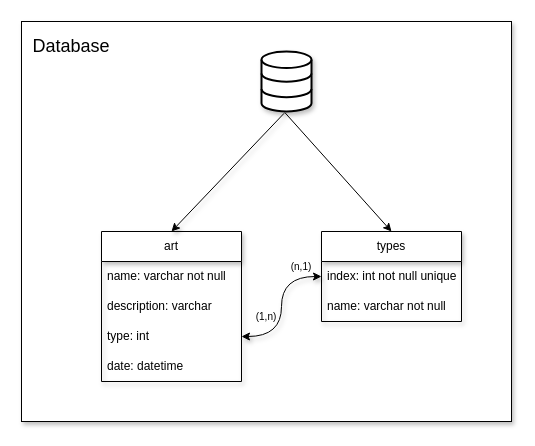
Earlier version of the draw.io diagram docs/music_manager_database.drawio (Zac-Milioli/music-manager-api). Source tidied: cells renumbered, new cells numbered last; positions are measured from the earlier drawing's top-left corner, leaving out a move shared by most shapes. Both pictures are drawn from the tidied source at 100%, with x=0, y=0 at pixel (21, 21).
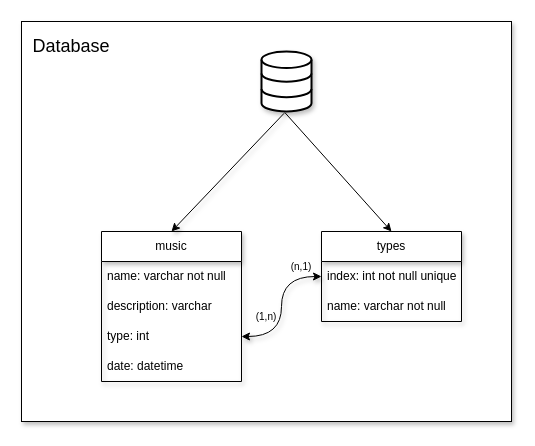
After the change.

What changed in the source:
```diff
@@
 <mxGraphModel>
   <root>
     <mxCell id="0" />
     <mxCell id="1" parent="0" />
     <mxCell id="2" style="rounded=0;whiteSpace=wrap;html=1;shadow=1;" parent="1" vertex="1">
       <mxGeometry width="490" height="400" as="geometry" />
     </mxCell>
     <mxCell id="3" value="&lt;font style=&quot;font-size: 18px;&quot;&gt;Database&lt;/font&gt;" style="text;html=1;align=center;verticalAlign=middle;whiteSpace=wrap;rounded=0;" parent="1" vertex="1">
       <mxGeometry x="20" y="10" width="60" height="30" as="geometry" />
     </mxCell>
     <mxCell id="4" style="html=1;verticalLabelPosition=bottom;align=center;labelBackgroundColor=#ffffff;verticalAlign=top;strokeWidth=2;strokeColor=#000000;shadow=1;dashed=0;shape=mxgraph.ios7.icons.data;" parent="1" vertex="1">
       <mxGeometry x="240" y="30" width="50" height="60" as="geometry" />
     </mxCell>
-    <mxCell id="5" value="art" style="swimlane;fontStyle=0;horizontal=1;startSize=30;whiteSpace=wrap;html=1;glass=0;rounded=0;shadow=1;" parent="1" vertex="1">
+    <mxCell id="5" value="music" style="swimlane;fontStyle=0;horizontal=1;startSize=30;whiteSpace=wrap;html=1;glass=0;rounded=0;shadow=1;" parent="1" vertex="1">
       <mxGeometry x="80" y="210" width="140" height="150" as="geometry" />
     </mxCell>
     <mxCell id="6" value="name: varchar not null" style="text;strokeColor=none;fillColor=none;align=left;verticalAlign=middle;spacingLeft=4;spacingRight=4;overflow=hidden;whiteSpace=wrap;html=1;" parent="5" vertex="1">
       <mxGeometry y="30" width="140" height="30" as="geometry" />
     </mxCell>
     <mxCell id="7" value="description: varchar" style="text;strokeColor=none;fillColor=none;align=left;verticalAlign=middle;spacingLeft=4;spacingRight=4;overflow=hidden;whiteSpace=wrap;html=1;" parent="5" vertex="1">
       <mxGeometry y="60" width="140" height="30" as="geometry" />
     </mxCell>
     <mxCell id="8" value="type: int" style="text;strokeColor=none;fillColor=none;align=left;verticalAlign=middle;spacingLeft=4;spacingRight=4;overflow=hidden;points=[[0,0.5],[1,0.5]];portConstraint=eastwest;whiteSpace=wrap;html=1;" parent="5" vertex="1">
       <mxGeometry y="90" width="140" height="30" as="geometry" />
     </mxCell>
     <mxCell id="9" value="date: datetime" style="text;strokeColor=none;fillColor=none;align=left;verticalAlign=middle;spacingLeft=4;spacingRight=4;overflow=hidden;whiteSpace=wrap;html=1;" parent="5" vertex="1">
       <mxGeometry y="120" width="140" height="30" as="geometry" />
     </mxCell>
     <mxCell id="10" style="endArrow=classic;html=1;rounded=0;exitX=0.453;exitY=1.029;exitDx=0;exitDy=0;exitPerimeter=0;entryX=0.5;entryY=0;entryDx=0;entryDy=0;shadow=1;" parent="1" edge="1" source="4" target="5">
       <mxGeometry relative="1" as="geometry" />
     </mxCell>
     <mxCell id="11" value="types" style="swimlane;fontStyle=0;horizontal=1;startSize=30;whiteSpace=wrap;html=1;shadow=1;" parent="1" vertex="1">
       <mxGeometry x="300" y="210" width="140" height="90" as="geometry" />
     </mxCell>
     <mxCell id="12" value="index: int not null unique" style="text;strokeColor=none;fillColor=none;align=left;verticalAlign=middle;spacingLeft=4;spacingRight=4;overflow=hidden;points=[[0,0.5],[1,0.5]];portConstraint=eastwest;whiteSpace=wrap;html=1;" parent="11" vertex="1">
       <mxGeometry y="30" width="140" height="30" as="geometry" />
     </mxCell>
     <mxCell id="13" value="name: varchar not null" style="text;strokeColor=none;fillColor=none;align=left;verticalAlign=middle;spacingLeft=4;spacingRight=4;overflow=hidden;whiteSpace=wrap;html=1;" parent="11" vertex="1">
       <mxGeometry y="60" width="140" height="30" as="geometry" />
     </mxCell>
     <mxCell id="14" style="endArrow=classic;html=1;rounded=0;exitX=0;exitY=0.5;exitDx=0;exitDy=0;entryX=1;entryY=0.5;entryDx=0;entryDy=0;edgeStyle=orthogonalEdgeStyle;curved=1;flowAnimation=0;shadow=1;startArrow=classic;startFill=1;" parent="1" edge="1" source="12" target="8">
       <mxGeometry relative="1" as="geometry" />
     </mxCell>
     <mxCell id="15" value="&lt;span style=&quot;font-size: 10px;&quot;&gt;(n,1)&lt;/span&gt;" style="text;html=1;align=center;verticalAlign=middle;whiteSpace=wrap;rounded=0;" parent="1" vertex="1">
       <mxGeometry x="250" y="230" width="60" height="30" as="geometry" />
     </mxCell>
     <mxCell id="16" value="&lt;span style=&quot;font-size: 10px;&quot;&gt;(1,n)&lt;/span&gt;" style="text;html=1;align=center;verticalAlign=middle;whiteSpace=wrap;rounded=0;" parent="1" vertex="1">
       <mxGeometry x="215" y="280" width="60" height="30" as="geometry" />
     </mxCell>
     <mxCell id="17" style="endArrow=classic;html=1;rounded=0;entryX=0.5;entryY=0;entryDx=0;entryDy=0;exitX=0.466;exitY=1.017;exitDx=0;exitDy=0;exitPerimeter=0;" parent="1" edge="1" source="4" target="11">
       <mxGeometry relative="1" as="geometry" />
     </mxCell>
   </root>
 </mxGraphModel>
```
